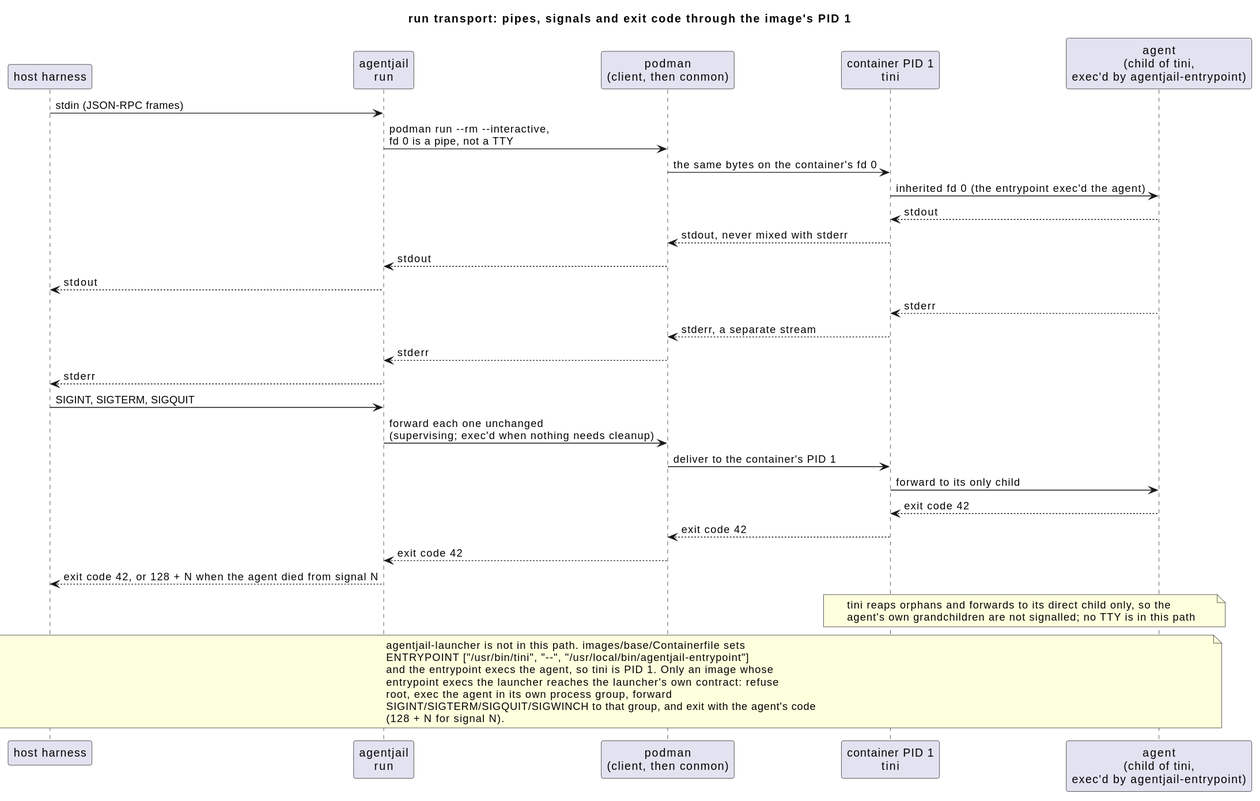
This is docs/diagrams/launcher-sequence.svg from Breinich/agentjail, a PlantUML export, as it was before one commit.
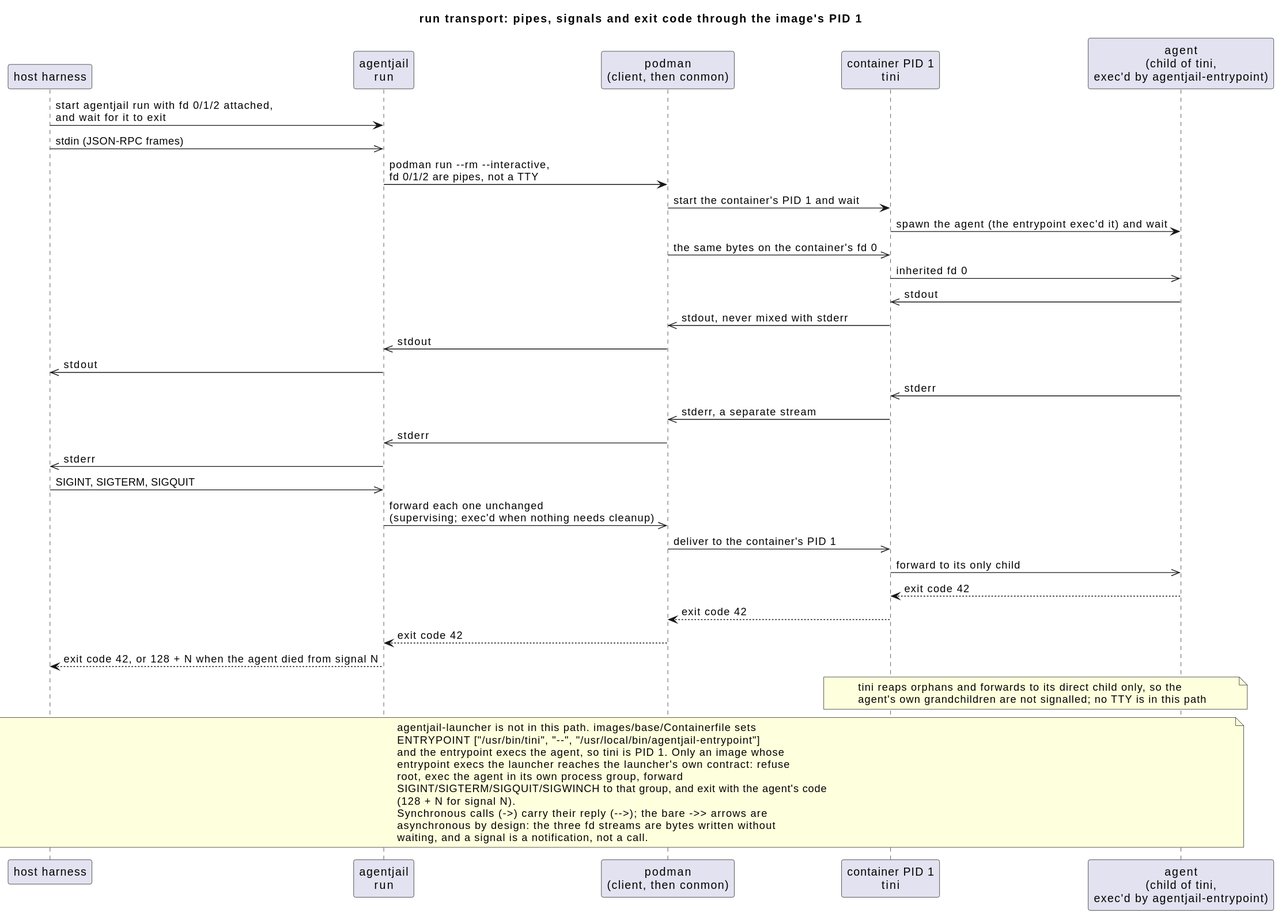
The same file after the commit.

Commit message:
diagrams: every synchronous call carries its reply

Diff of the diagram source:
```diff
@@ -7,22 +7,25 @@
 participant "container PID 1\ntini" as T
 participant "agent\n(child of tini,\nexec'd by agentjail-entrypoint)" as A
 
-H -> C : stdin (JSON-RPC frames)
-C -> P : podman run &#45;&#45;rm &#45;&#45;interactive,\nfd 0 is a pipe, not a TTY
-P -> T : the same bytes on the container's fd 0
-T -> A : inherited fd 0 (the entrypoint exec'd the agent)
-A --> T : stdout
-T --> P : stdout, never mixed with stderr
-P --> C : stdout
-C --> H : stdout
-A --> T : stderr
-T --> P : stderr, a separate stream
-P --> C : stderr
-C --> H : stderr
-H -> C : SIGINT, SIGTERM, SIGQUIT
-C -> P : forward each one unchanged\n(supervising; exec'd when nothing needs cleanup)
-P -> T : deliver to the container's PID 1
-T -> A : forward to its only child
+H -> C : start agentjail run with fd 0/1/2 attached,\nand wait for it to exit
+H ->> C : stdin (JSON-RPC frames)
+C -> P : podman run &#45;&#45;rm &#45;&#45;interactive,\nfd 0/1/2 are pipes, not a TTY
+P -> T : start the container's PID 1 and wait
+T -> A : spawn the agent (the entrypoint exec'd it) and wait
+P ->> T : the same bytes on the container's fd 0
+T ->> A : inherited fd 0
+A ->> T : stdout
+T ->> P : stdout, never mixed with stderr
+P ->> C : stdout
+C ->> H : stdout
+A ->> T : stderr
+T ->> P : stderr, a separate stream
+P ->> C : stderr
+C ->> H : stderr
+H ->> C : SIGINT, SIGTERM, SIGQUIT
+C ->> P : forward each one unchanged\n(supervising; exec'd when nothing needs cleanup)
+P ->> T : deliver to the container's PID 1
+T ->> A : forward to its only child
 A --> T : exit code 42
 T --> P : exit code 42
 P --> C : exit code 42
@@ -36,5 +39,8 @@
   root, exec the agent in its own process group, forward
   SIGINT/SIGTERM/SIGQUIT/SIGWINCH to that group, and exit with the agent's code
   (128 + N for signal N).
+  Synchronous calls (->) carry their reply (-->); the bare ->> arrows are
+  asynchronous by design: the three fd streams are bytes written without
+  waiting, and a signal is a notification, not a call.
 end note
 @enduml
```
